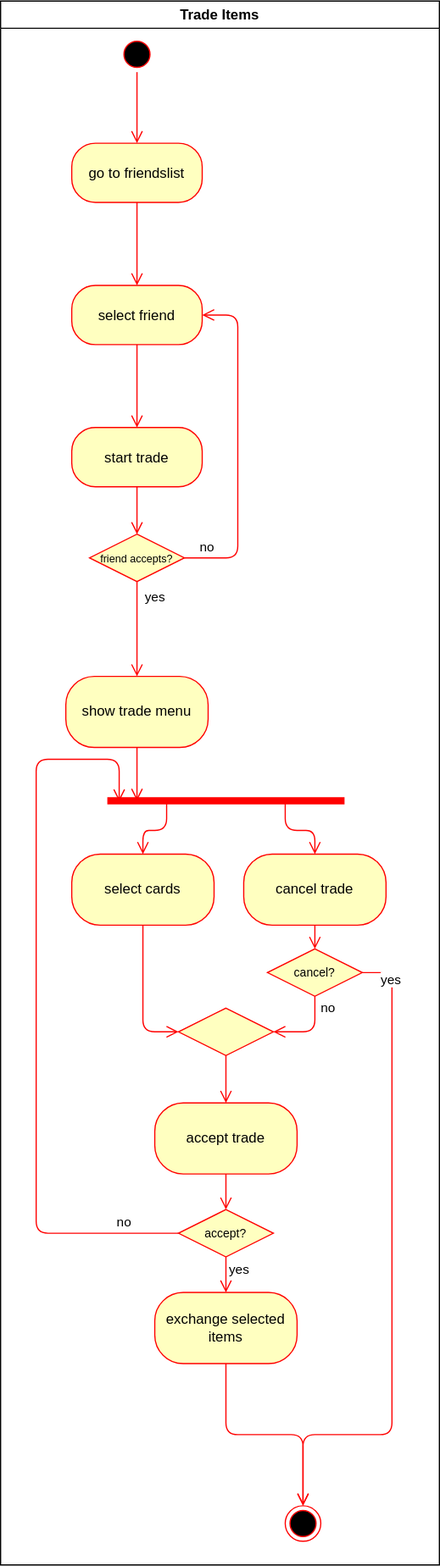
i3ene/decksterous keeps this draw.io diagram as diagrams/activity_trade_items.drawio.svg. Above is the earlier version. Source tidied: cells renumbered, new cells last; positions are measured from the earlier drawing's top-left corner, leaving out a move shared by most shapes.
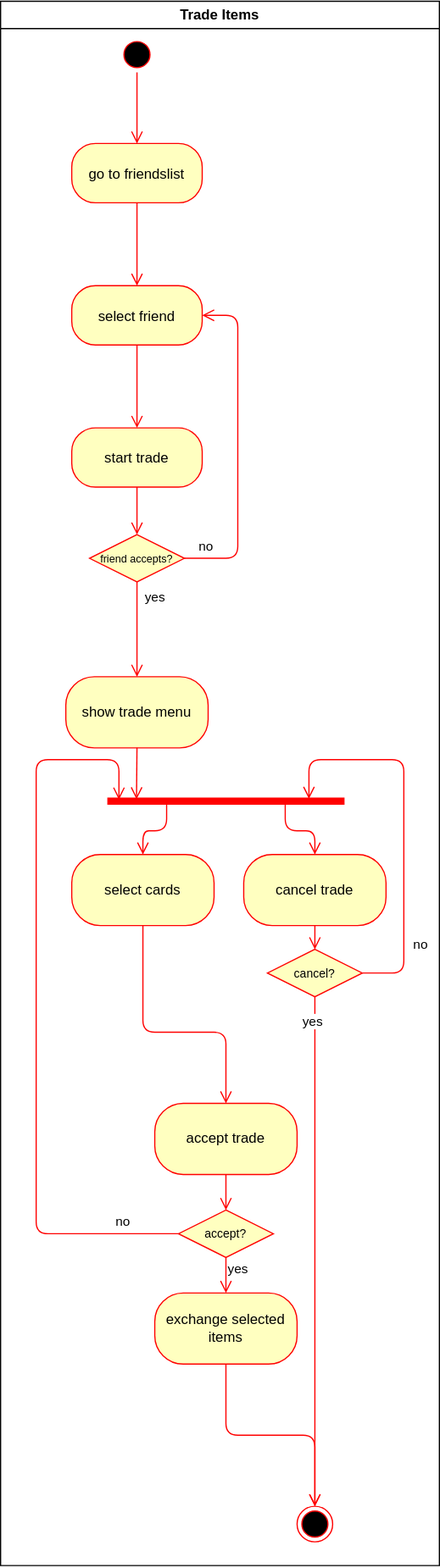
The same diagram one commit later.

The edit, as a diff of the source:
```diff
@@ -21,7 +21,7 @@
       <mxGeometry relative="1" as="geometry" />
     </mxCell>
     <mxCell id="8" style="ellipse;html=1;shape=endState;fillColor=#000000;strokeColor=#ff0000;" parent="2" vertex="1">
-      <mxGeometry x="240" y="1270" width="30" height="30" as="geometry" />
+      <mxGeometry x="250" y="1270" width="30" height="30" as="geometry" />
     </mxCell>
     <mxCell id="9" style="edgeStyle=none;html=1;endArrow=open;align=left;verticalAlign=top;strokeColor=#ff0000;endSize=8;" parent="2" edge="1" source="10" target="11">
       <mxGeometry relative="1" as="geometry" />
@@ -60,7 +60,7 @@
     <mxCell id="18" style="shape=line;html=1;strokeWidth=6;strokeColor=#ff0000;" parent="2" vertex="1">
       <mxGeometry x="90" y="670" width="200" height="10" as="geometry" />
     </mxCell>
-    <mxCell id="19" style="edgeStyle=none;html=1;endArrow=open;align=left;verticalAlign=top;strokeColor=#ff0000;endSize=8;exitX=0.5;exitY=1;exitDx=0;exitDy=0;entryX=0.125;entryY=0.5;entryDx=0;entryDy=0;entryPerimeter=0;" parent="2" edge="1" source="17" target="18">
+    <mxCell id="19" style="edgeStyle=none;html=1;endArrow=open;align=left;verticalAlign=top;strokeColor=#ff0000;endSize=8;exitX=0.5;exitY=1;exitDx=0;exitDy=0;entryX=0.123;entryY=0.339;entryDx=0;entryDy=0;entryPerimeter=0;" parent="2" edge="1" source="17" target="18">
       <mxGeometry relative="1" as="geometry" />
     </mxCell>
     <mxCell id="20" value="select cards" style="whiteSpace=wrap;html=1;fillColor=#ffffc0;strokeColor=#ff0000;fontColor=#000000;rounded=1;arcSize=40;" parent="2" vertex="1">
@@ -75,12 +75,10 @@
     <mxCell id="23" style="edgeStyle=none;html=1;endArrow=open;align=left;verticalAlign=top;strokeColor=#ff0000;endSize=8;exitX=0.5;exitY=1;exitDx=0;exitDy=0;" parent="2" edge="1" source="21" target="22">
       <mxGeometry relative="1" as="geometry" />
     </mxCell>
-    <mxCell id="24" style="edgeStyle=orthogonalEdgeStyle;html=1;verticalAlign=bottom;endArrow=open;endSize=8;strokeColor=#ff0000;exitX=1;exitY=0.5;exitDx=0;exitDy=0;entryX=0.5;entryY=0;entryDx=0;entryDy=0;" parent="2" edge="1" source="22" target="8">
+    <mxCell id="24" style="edgeStyle=orthogonalEdgeStyle;html=1;verticalAlign=bottom;endArrow=open;endSize=8;strokeColor=#ff0000;exitX=0.5;exitY=1;exitDx=0;exitDy=0;entryX=0.5;entryY=0;entryDx=0;entryDy=0;" parent="2" edge="1" source="22" target="8">
       <mxGeometry relative="1" as="geometry">
         <Array as="points">
-          <mxPoint x="330" y="820" />
-          <mxPoint x="330" y="1210" />
-          <mxPoint x="255" y="1210" />
+          <mxPoint x="265" y="1270" />
         </Array>
       </mxGeometry>
     </mxCell>
@@ -89,11 +87,6 @@
         <mxPoint x="-2" y="-10" as="offset" />
       </mxGeometry>
     </mxCell>
-    <mxCell id="26" style="edgeStyle=none;html=1;endArrow=open;align=left;verticalAlign=top;strokeColor=#ff0000;endSize=8;exitX=0.5;exitY=0.48;exitDx=0;exitDy=0;entryX=0.5;entryY=0;entryDx=0;entryDy=0;exitPerimeter=0;" parent="2" edge="1" target="27">
-      <mxGeometry relative="1" as="geometry">
-        <mxPoint x="190" y="884.8" as="sourcePoint" />
-      </mxGeometry>
-    </mxCell>
     <mxCell id="27" value="accept trade" style="whiteSpace=wrap;html=1;fillColor=#ffffc0;strokeColor=#ff0000;fontColor=#000000;rounded=1;arcSize=40;" parent="2" vertex="1">
       <mxGeometry x="130" y="930" width="120" height="60" as="geometry" />
     </mxCell>
@@ -103,7 +96,7 @@
     <mxCell id="29" style="edgeStyle=none;html=1;endArrow=open;align=left;verticalAlign=top;strokeColor=#ff0000;endSize=8;exitX=0.5;exitY=1;exitDx=0;exitDy=0;entryX=0.5;entryY=0;entryDx=0;entryDy=0;" parent="2" edge="1" source="27" target="28">
       <mxGeometry relative="1" as="geometry" />
     </mxCell>
-    <mxCell id="30" style="edgeStyle=orthogonalEdgeStyle;html=1;verticalAlign=bottom;endArrow=open;endSize=8;strokeColor=#ff0000;exitX=0;exitY=0.5;exitDx=0;exitDy=0;entryX=0.05;entryY=0.555;entryDx=0;entryDy=0;entryPerimeter=0;" parent="2" edge="1" source="28" target="18">
+    <mxCell id="30" style="edgeStyle=orthogonalEdgeStyle;html=1;verticalAlign=bottom;endArrow=open;endSize=8;strokeColor=#ff0000;exitX=0;exitY=0.5;exitDx=0;exitDy=0;entryX=0.049;entryY=0.367;entryDx=0;entryDy=0;entryPerimeter=0;" parent="2" edge="1" source="28" target="18">
       <mxGeometry relative="1" as="geometry">
         <Array as="points">
           <mxPoint x="30" y="1040" />
@@ -144,17 +137,22 @@
         </Array>
       </mxGeometry>
     </mxCell>
-    <mxCell id="37" style="edgeStyle=orthogonalEdgeStyle;html=1;verticalAlign=bottom;endArrow=open;endSize=8;strokeColor=#ff0000;exitX=0.5;exitY=1;exitDx=0;exitDy=0;entryX=0;entryY=0.5;entryDx=0;entryDy=0;" parent="2" edge="1" source="20" target="40">
+    <mxCell id="37" style="edgeStyle=orthogonalEdgeStyle;html=1;verticalAlign=bottom;endArrow=open;endSize=8;strokeColor=#ff0000;exitX=0.5;exitY=1;exitDx=0;exitDy=0;entryX=0.5;entryY=0;entryDx=0;entryDy=0;" parent="2" edge="1" source="20" target="27">
       <mxGeometry relative="1" as="geometry">
         <Array as="points">
           <mxPoint x="120" y="870" />
+          <mxPoint x="190" y="870" />
         </Array>
       </mxGeometry>
     </mxCell>
-    <mxCell id="38" style="edgeStyle=orthogonalEdgeStyle;html=1;verticalAlign=bottom;endArrow=open;endSize=8;strokeColor=#ff0000;exitX=0.5;exitY=1;exitDx=0;exitDy=0;entryX=1;entryY=0.5;entryDx=0;entryDy=0;" parent="2" edge="1" source="22" target="40">
+    <mxCell id="38" style="edgeStyle=orthogonalEdgeStyle;html=1;verticalAlign=bottom;endArrow=open;endSize=8;strokeColor=#ff0000;exitX=1;exitY=0.5;exitDx=0;exitDy=0;" parent="2" edge="1" source="22">
       <mxGeometry relative="1" as="geometry">
+        <mxPoint x="260" y="673" as="targetPoint" />
         <Array as="points">
-          <mxPoint x="265" y="870" />
+          <mxPoint x="340" y="820" />
+          <mxPoint x="340" y="640" />
+          <mxPoint x="260" y="640" />
+          <mxPoint x="260" y="673" />
         </Array>
       </mxGeometry>
     </mxCell>
@@ -163,8 +161,5 @@
         <mxPoint x="12" y="-2" as="offset" />
       </mxGeometry>
     </mxCell>
-    <mxCell id="40" style="rhombus;whiteSpace=wrap;html=1;fillColor=#ffffc0;strokeColor=#ff0000;" parent="2" vertex="1">
-      <mxGeometry x="150" y="850" width="80" height="40" as="geometry" />
-    </mxCell>
   </root>
 </mxGraphModel>
```
